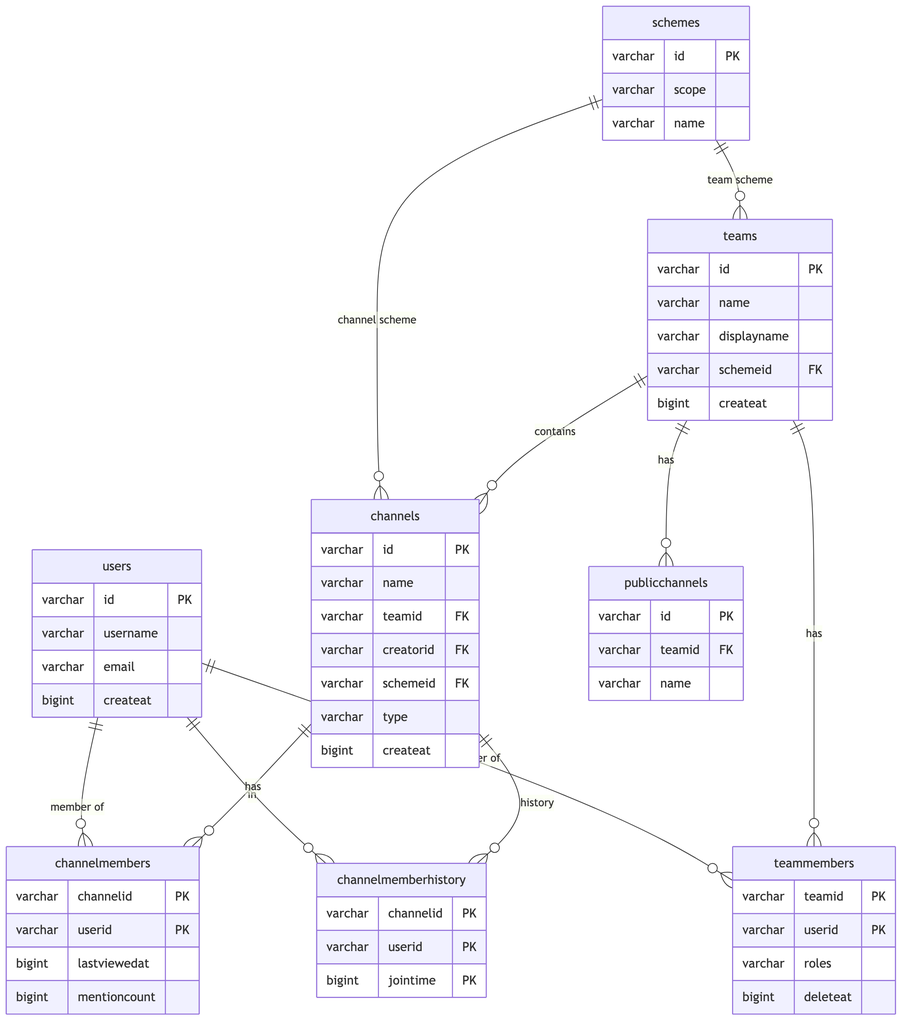
The Mermaid diagram mattermost/sql/diagrams/01-core-users-teams-channels.png in hungknow/tech-journey, before a commit. Its source is kept beside it as mattermost/sql/diagrams/01-core-users-teams-channels.mmd.
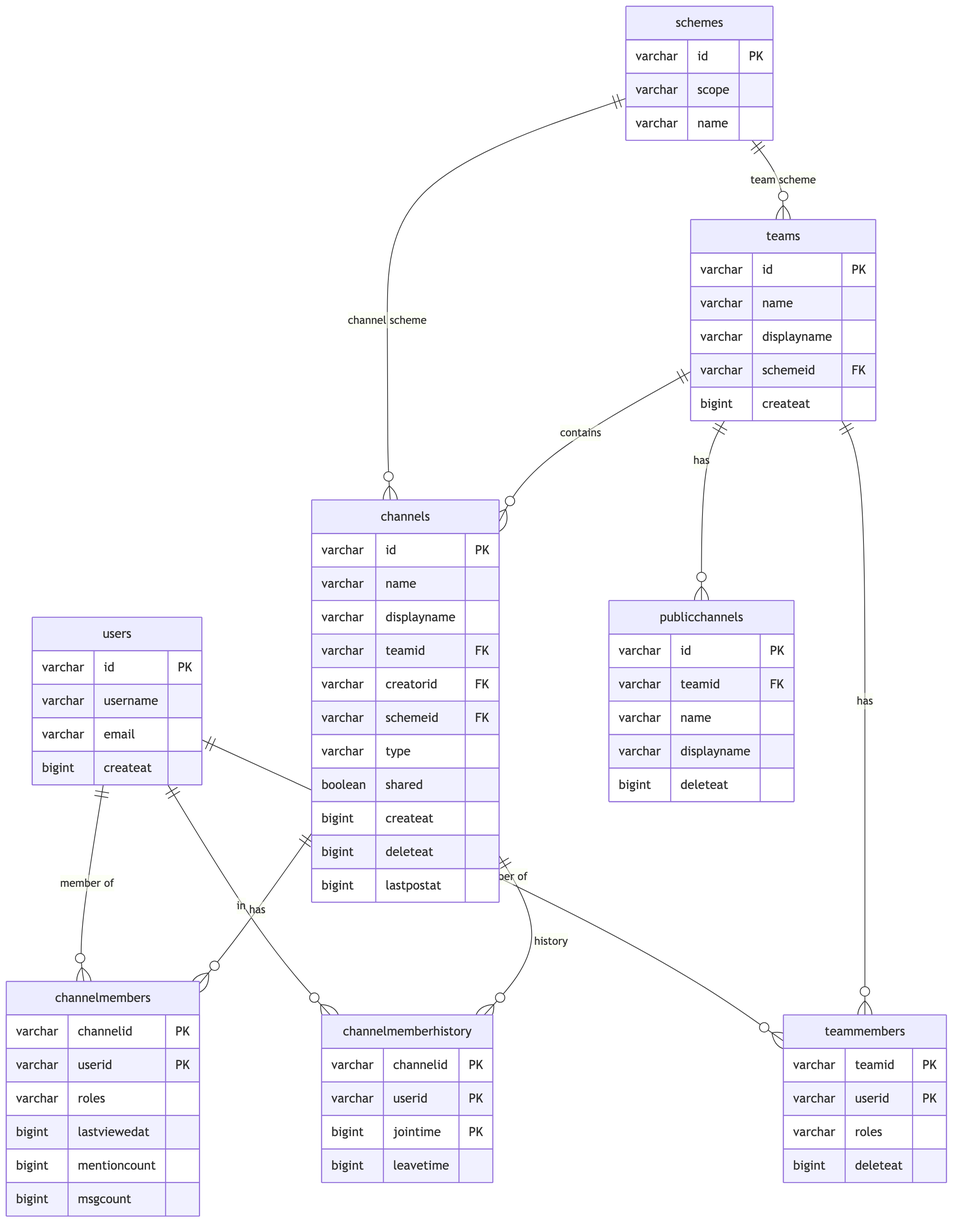
The same file after the commit.

The edit, as a diff of the source:
```diff
@@ -23,18 +23,24 @@
     channels {
         varchar id PK
         varchar name
+        varchar displayname
         varchar teamid FK
         varchar creatorid FK
         varchar schemeid FK
         varchar type
+        boolean shared
         bigint createat
+        bigint deleteat
+        bigint lastpostat
     }
 
     channelmembers {
         varchar channelid PK
         varchar userid PK
+        varchar roles
         bigint lastviewedat
         bigint mentioncount
+        bigint msgcount
     }
 
     teammembers {
@@ -48,12 +54,15 @@
         varchar channelid PK
         varchar userid PK
         bigint jointime PK
+        bigint leavetime
     }
 
     publicchannels {
         varchar id PK
         varchar teamid FK
         varchar name
+        varchar displayname
+        bigint deleteat
     }
 
     schemes ||--o{ teams : "team scheme"
```
